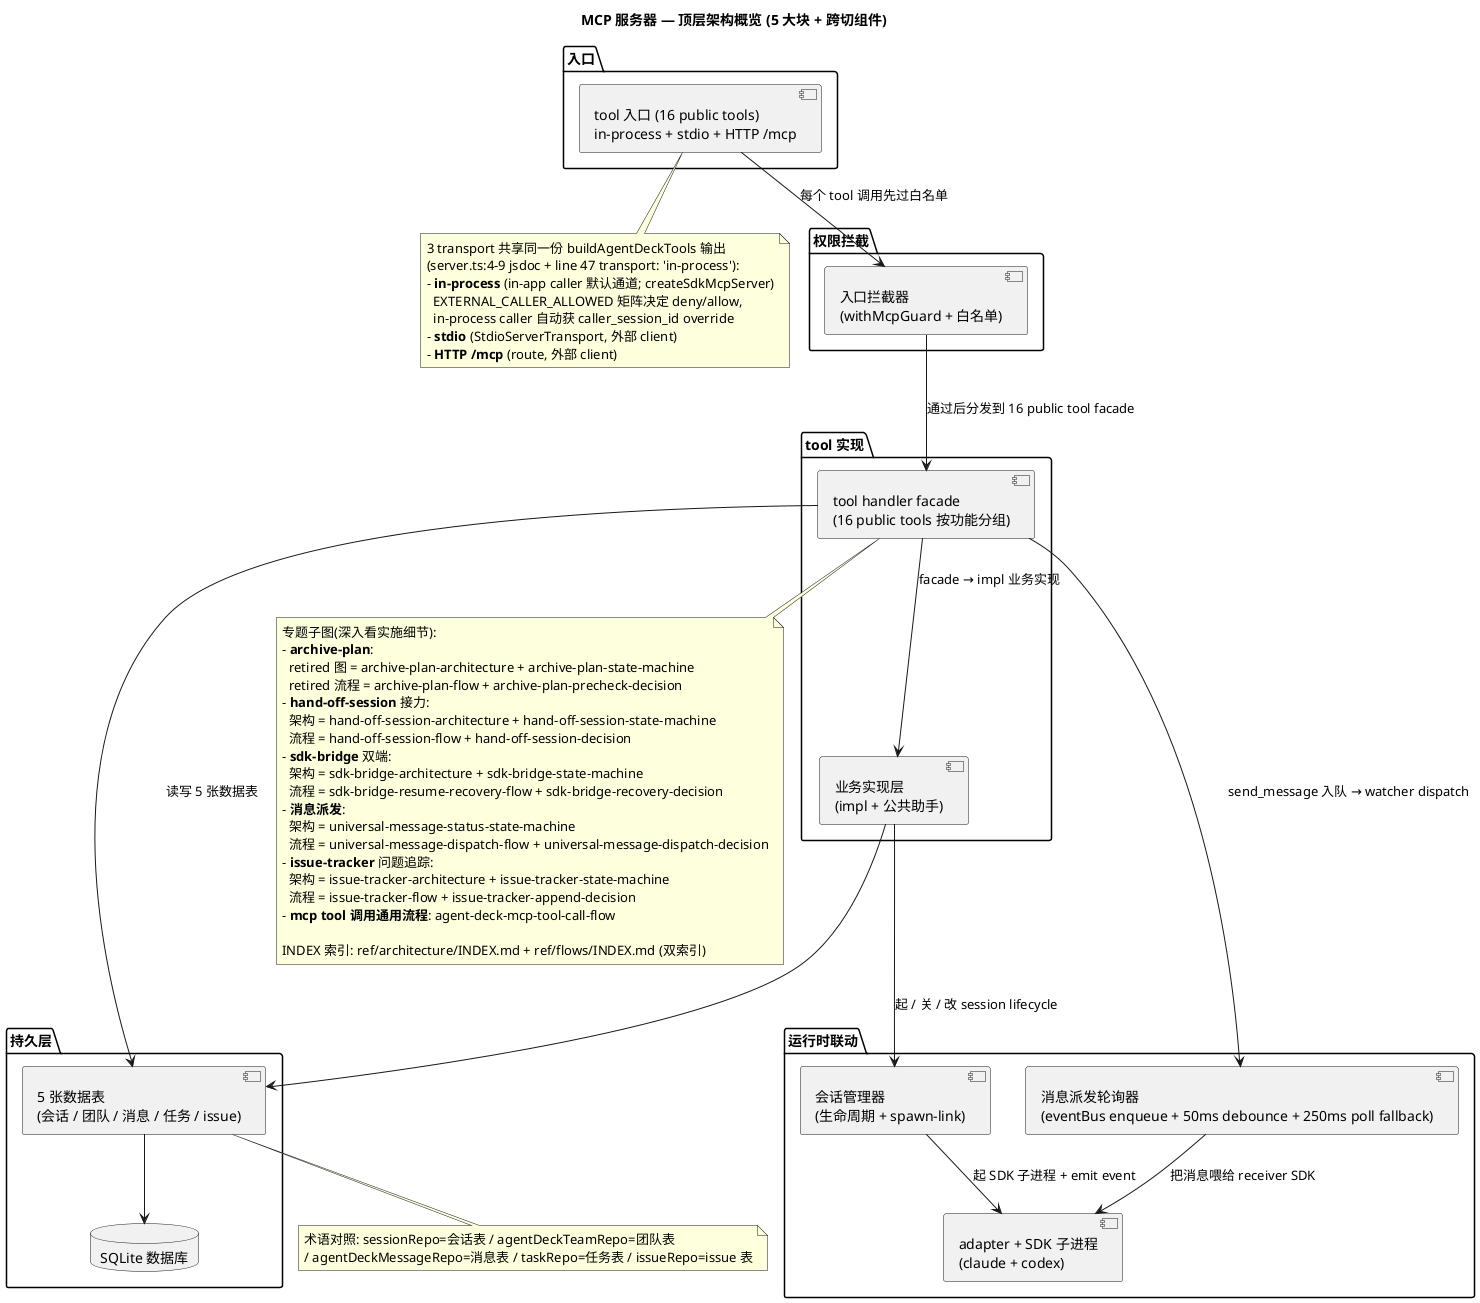
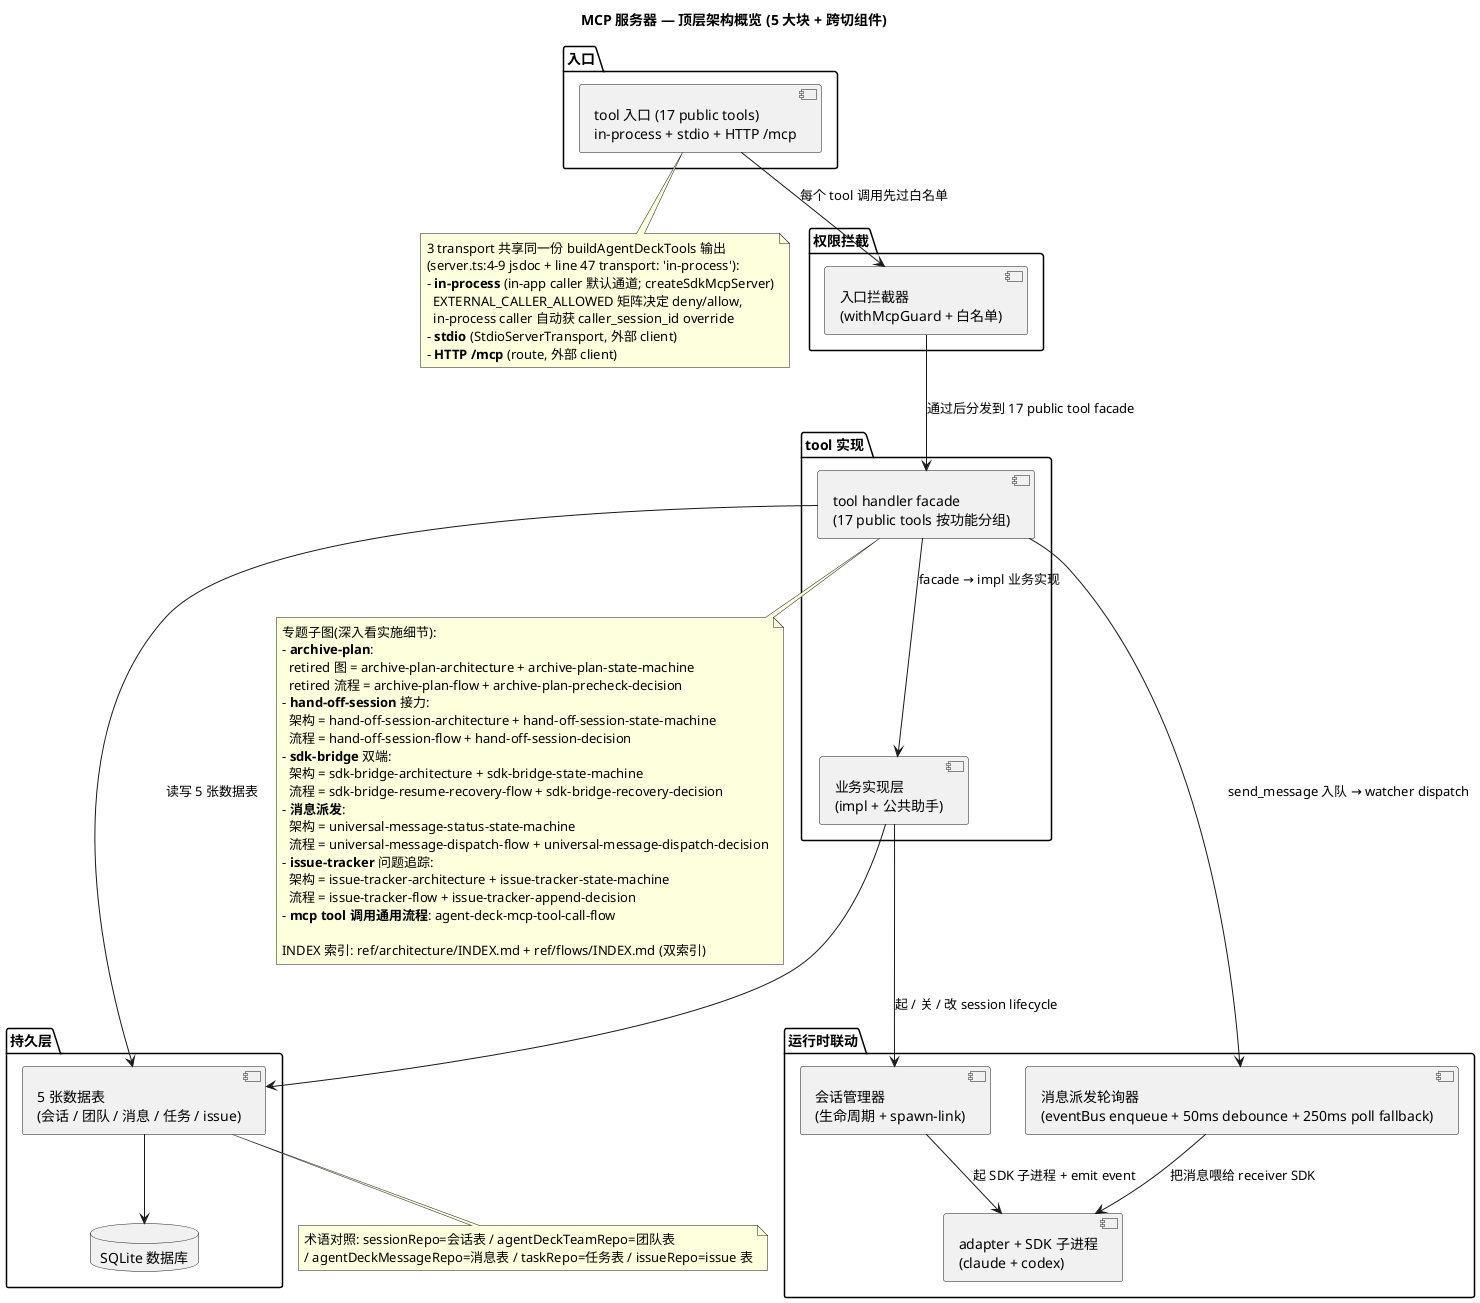
- ' plan: mcp-handoff-worktree-redesign-20260609
+ ' source: request-plan-review-mcp-20260611
' description: MCP 服务器 (agent-deck-mcp) 顶层概览 — 5 大块 + 跨切组件。专题细节见各主题子图
- ' last_updated: 2026-06-09
+ ' last_updated: 2026-06-11
@startuml agent-deck-mcp-architecture

title MCP 服务器 — 顶层架构概览 (5 大块 + 跨切组件)

' 节点名用日常术语优先,括号注 codename
' 详细 module 名 / 函数名 / LOC / commit / REVIEW 引用见 INDEX 第 3 列「关联 plan / commit」

package "入口" as L1 {
-   [tool 入口 (16 public tools)\nin-process + stdio + HTTP /mcp] as Entry
+   [tool 入口 (17 public tools)\nin-process + stdio + HTTP /mcp] as Entry
}

package "权限拦截" as L2 {
  [入口拦截器\n(withMcpGuard + 白名单)] as Guard
}

package "tool 实现" as L3 {
-   [tool handler facade\n(16 public tools 按功能分组)] as Handler
+   [tool handler facade\n(17 public tools 按功能分组)] as Handler
  [业务实现层\n(impl + 公共助手)] as Impl
}

package "持久层" as L4 {
  [5 张数据表\n(会话 / 团队 / 消息 / 任务 / issue)] as Repos
  database "SQLite 数据库" as DB
}

package "运行时联动" as L5 {
  [会话管理器\n(生命周期 + spawn-link)] as SM
  [adapter + SDK 子进程\n(claude + codex)] as Adapter
  [消息派发轮询器\n(eventBus enqueue + 50ms debounce + 250ms poll fallback)] as Watcher
}

' ─── 主调用链 ───
Entry --> Guard : 每个 tool 调用先过白名单
- Guard --> Handler : 通过后分发到 16 public tool facade
+ Guard --> Handler : 通过后分发到 17 public tool facade
Handler --> Impl : facade → impl 业务实现
Handler --> Repos : 读写 5 张数据表
Impl --> Repos
Impl --> SM : 起 / 关 / 改 session lifecycle
SM --> Adapter : 起 SDK 子进程 + emit event
Handler --> Watcher : send_message 入队 → watcher dispatch
Watcher --> Adapter : 把消息喂给 receiver SDK
Repos --> DB

' ─── 专题子图 cross-ref (画图人按主题查) ───

note bottom of Handler
  专题子图(深入看实施细节):
  - **archive-plan**:
    retired 图 = archive-plan-architecture + archive-plan-state-machine
    retired 流程 = archive-plan-flow + archive-plan-precheck-decision
  - **hand-off-session** 接力:
    架构 = hand-off-session-architecture + hand-off-session-state-machine
    流程 = hand-off-session-flow + hand-off-session-decision
  - **sdk-bridge** 双端:
    架构 = sdk-bridge-architecture + sdk-bridge-state-machine
    流程 = sdk-bridge-resume-recovery-flow + sdk-bridge-recovery-decision
  - **消息派发**:
    架构 = universal-message-status-state-machine
    流程 = universal-message-dispatch-flow + universal-message-dispatch-decision
  - **issue-tracker** 问题追踪:
    架构 = issue-tracker-architecture + issue-tracker-state-machine
    流程 = issue-tracker-flow + issue-tracker-append-decision
  - **mcp tool 调用通用流程**: agent-deck-mcp-tool-call-flow

  INDEX 索引: ref/architecture/INDEX.md + ref/flows/INDEX.md (双索引)
end note

note bottom of Entry
  3 transport 共享同一份 buildAgentDeckTools 输出
  (server.ts:4-9 jsdoc + line 47 transport: 'in-process'):
  - **in-process** (in-app caller 默认通道; createSdkMcpServer)
    EXTERNAL_CALLER_ALLOWED 矩阵决定 deny/allow,
    in-process caller 自动获 caller_session_id override
  - **stdio** (StdioServerTransport, 外部 client)
  - **HTTP /mcp** (route, 外部 client)
end note

note bottom of Repos
  术语对照: sessionRepo=会话表 / agentDeckTeamRepo=团队表
  / agentDeckMessageRepo=消息表 / taskRepo=任务表 / issueRepo=issue 表
end note

@enduml
